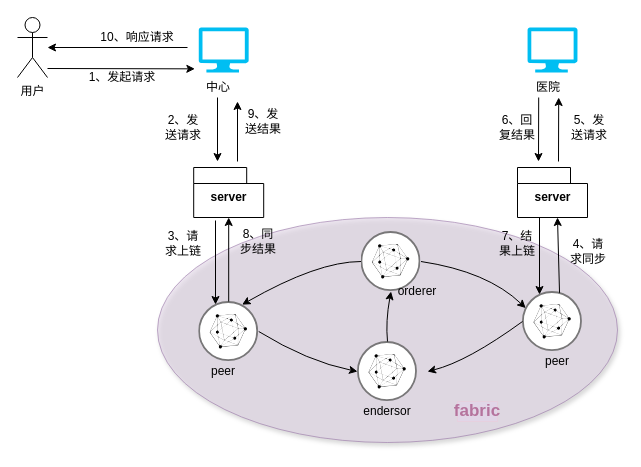
Before: 电子病历系统.drawio in sdd0515/sddmyRepository, a draw.io diagram. Source tidied: cells renumbered, new cells numbered last; positions are measured from the earlier drawing's top-left corner, leaving out a move shared by most shapes. Both pictures are drawn from the tidied source at 100%, with x=0, y=0 at pixel (17, 17).
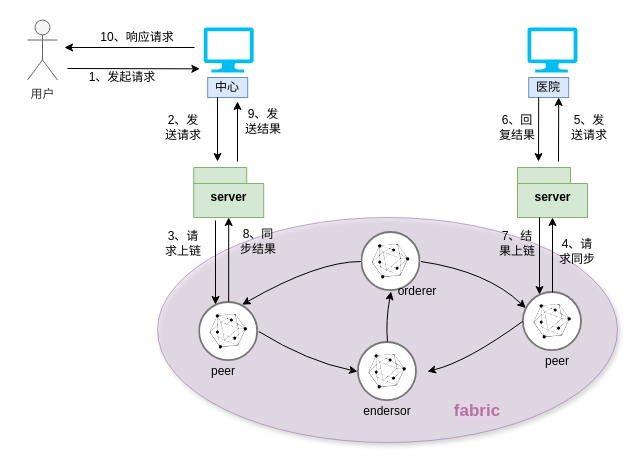
The same diagram, later.

Commit message:
Update 电子病历系统.drawio

Unchanged cells that the change refers to:
```xml
<mxCell id="19" style="perimeter=ellipsePerimeter;html=1;align=center;shadow=0;dashed=0;fontColor=#4277BB;labelBackgroundColor=#ffffff;fontSize=12;spacingTop=3;image;image=img/lib/ibm/blockchain/hyperledger_fabric.svg;" parent="1" vertex="1">
  <mxGeometry x="505" y="274" width="60" height="60" as="geometry" />
</mxCell>
```

Change to the diagram source:
```diff
@@
-    <mxCell id="3" value="用户" style="shape=umlActor;verticalLabelPosition=bottom;labelBackgroundColor=#ffffff;verticalAlign=top;html=1;" parent="1" vertex="1">
-      <mxGeometry width="30" height="60" as="geometry" />
+    <mxCell id="3" value="用户" style="shape=umlActor;verticalLabelPosition=bottom;labelBackgroundColor=#ffffff;verticalAlign=top;html=1;fillColor=#f5f5f5;strokeColor=#666666;fontColor=#333333;" parent="1" vertex="1">
+      <mxGeometry x="10" y="2.5" width="30" height="60" as="geometry" />
     </mxCell>
-    <mxCell id="4" value="中心" style="text;html=1;strokeColor=none;fillColor=none;align=center;verticalAlign=middle;whiteSpace=wrap;rounded=0;" parent="1" vertex="1">
-      <mxGeometry x="181.2" y="60" width="40" height="20" as="geometry" />
+    <mxCell id="4" value="中心" style="text;html=1;strokeColor=#6c8ebf;fillColor=#dae8fc;align=center;verticalAlign=middle;whiteSpace=wrap;rounded=0;" parent="1" vertex="1">
+      <mxGeometry x="190.2" y="60" width="40" height="20" as="geometry" />
     </mxCell>
     <mxCell id="5" style="verticalLabelPosition=bottom;html=1;verticalAlign=top;align=center;strokeColor=none;fillColor=#00BEF2;shape=mxgraph.azure.computer;" parent="1" vertex="1">
-      <mxGeometry x="181.2" y="10" width="50" height="45" as="geometry" />
+      <mxGeometry x="186.2" y="10" width="50" height="45" as="geometry" />
     </mxCell>
-    <mxCell id="6" value="医院" style="text;html=1;strokeColor=none;fillColor=none;align=center;verticalAlign=middle;whiteSpace=wrap;rounded=0;" parent="1" vertex="1">
+    <mxCell id="6" value="医院" style="text;html=1;strokeColor=#6c8ebf;fillColor=#dae8fc;align=center;verticalAlign=middle;whiteSpace=wrap;rounded=0;" parent="1" vertex="1">
       <mxGeometry x="511.2" y="60" width="40" height="20" as="geometry" />
     </mxCell>
     <mxCell id="7" style="endArrow=classic;html=1;entryX=-0.077;entryY=0.919;entryDx=0;entryDy=0;entryPerimeter=0;" parent="1" edge="1" target="5">
       <mxGeometry relative="1" as="geometry">
-        <mxPoint x="30" y="51" as="sourcePoint" />
+        <mxPoint x="50" y="51" as="sourcePoint" />
       </mxGeometry>
     </mxCell>
@@
     <mxCell id="9" style="endArrow=classic;html=1;" parent="1" edge="1">
       <mxGeometry relative="1" as="geometry">
-        <mxPoint x="170" y="30" as="sourcePoint" />
-        <mxPoint x="30" y="30" as="targetPoint" />
+        <mxPoint x="177" y="30" as="sourcePoint" />
+        <mxPoint x="47" y="30" as="targetPoint" />
       </mxGeometry>
     </mxCell>
@@
-    <mxCell id="15" value="server" style="shape=folder;fontStyle=1;spacingTop=10;tabWidth=53;tabHeight=16;tabPosition=left;html=1;" parent="1" vertex="1">
+    <mxCell id="15" value="server" style="shape=folder;fontStyle=1;spacingTop=10;tabWidth=53;tabHeight=16;tabPosition=left;html=1;fillColor=#d5e8d4;strokeColor=#82b366;" parent="1" vertex="1">
       <mxGeometry x="176.2" y="150" width="70" height="50" as="geometry" />
     </mxCell>
@@
-    <mxCell id="23" value="server" style="shape=folder;fontStyle=1;spacingTop=10;tabWidth=53;tabHeight=16;tabPosition=left;html=1;" parent="1" vertex="1">
+    <mxCell id="23" value="server" style="shape=folder;fontStyle=1;spacingTop=10;tabWidth=53;tabHeight=16;tabPosition=left;html=1;fillColor=#d5e8d4;strokeColor=#82b366;" parent="1" vertex="1">
       <mxGeometry x="500" y="150" width="70" height="50" as="geometry" />
     </mxCell>
@@
-    <mxCell id="34" style="endArrow=classic;html=1;exitX=0.617;exitY=0.022;exitDx=0;exitDy=0;exitPerimeter=0;" parent="1" edge="1" source="19">
+    <mxCell id="34" style="endArrow=classic;html=1;entryX=0.5;entryY=1;entryDx=0;entryDy=0;entryPerimeter=0;" parent="1" edge="1" target="23">
       <mxGeometry relative="1" as="geometry">
-        <mxPoint x="540" y="200" as="targetPoint" />
+        <mxPoint x="535" y="275" as="sourcePoint" />
       </mxGeometry>
     </mxCell>
@@
     <mxCell id="36" value="4、请求同步" style="text;html=1;strokeColor=none;fillColor=none;align=center;verticalAlign=middle;whiteSpace=wrap;rounded=0;shadow=1;opacity=60;" parent="1" vertex="1">
-      <mxGeometry x="551.2" y="224" width="40" height="20" as="geometry" />
+      <mxGeometry x="540" y="224" width="40" height="20" as="geometry" />
     </mxCell>
```
